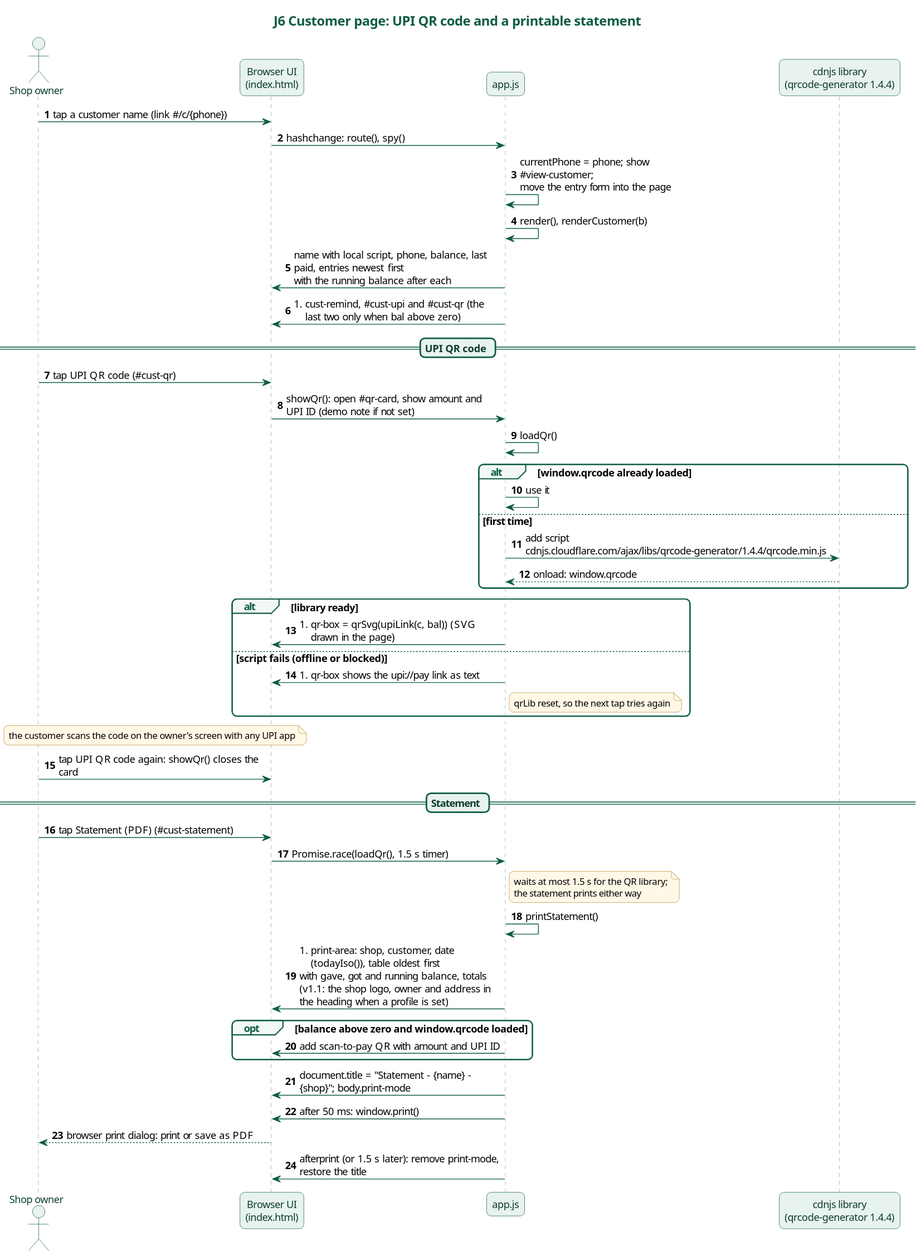
Above: docs/diagrams/j6-qr-and-statement.svg in karwasanjay007/hisaab-docs (PlantUML), before the change.
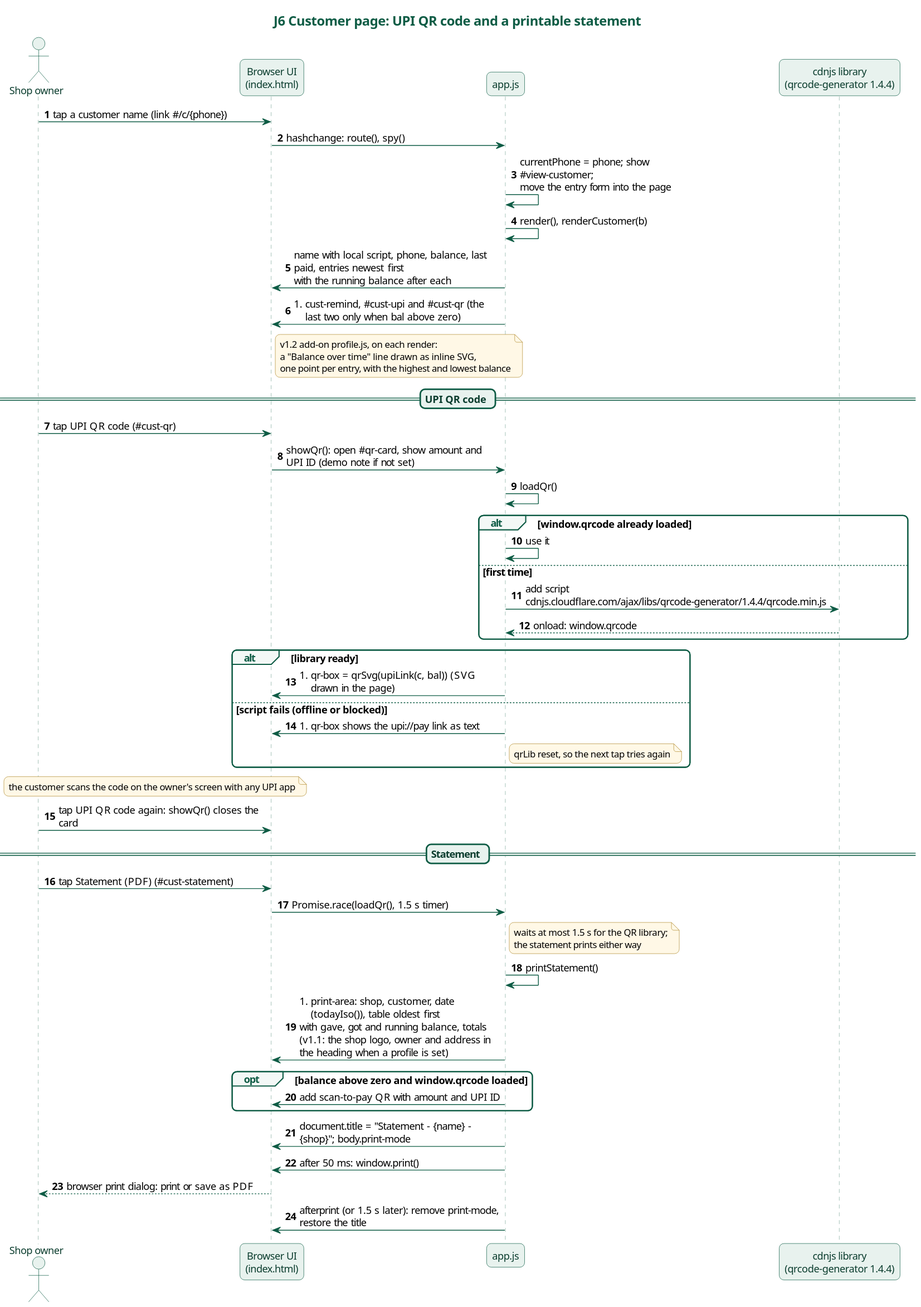
Above is the later version.

The edit, as a diff of the source:
```diff
@@ -48,6 +48,7 @@
 App -> App : render(), renderCustomer(b)
 App -> UI : name with local script, phone, balance, last paid, entries newest first\nwith the running balance after each
 App -> UI : #cust-remind, #cust-upi and #cust-qr (the last two only when bal above zero)
+note right of UI : v1.2 add-on profile.js, on each render:\na "Balance over time" line drawn as inline SVG,\none point per entry, with the highest and lowest balance
 == UPI QR code ==
 Owner -> UI : tap UPI QR code (#cust-qr)
 UI -> App : showQr(): open #qr-card, show amount and UPI ID (demo note if not set)
```
